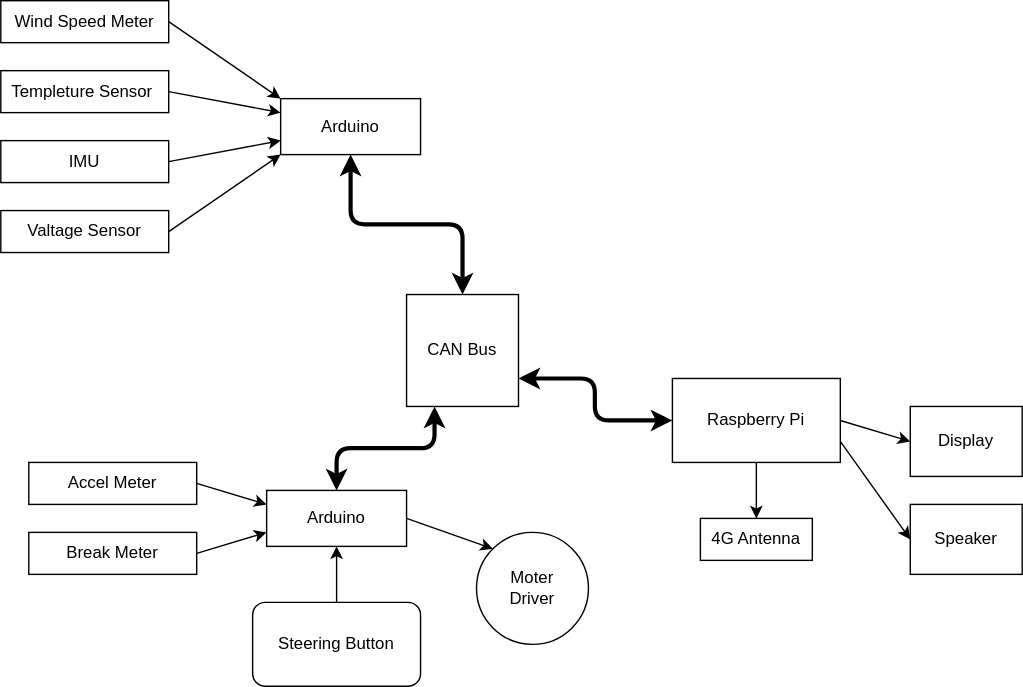
This is docs/SystemConf.drawio.svg from TeamKuOn/Concordia, a draw.io export, as it was before one commit. Source tidied: cells renumbered, new cells last; positions are measured from the earlier drawing's top-left corner, leaving out a move shared by most shapes. The source it was exported from:
```xml
<mxGraphModel>
  <root>
    <mxCell id="0" />
    <mxCell id="1" parent="0" />
    <mxCell id="2" value="CAN Bus" style="whiteSpace=wrap;html=1;fontColor=#000000;fillColor=#FFFFFF;" parent="1" vertex="1">
      <mxGeometry x="290" y="210" width="80" height="80" as="geometry" />
    </mxCell>
    <mxCell id="3" style="edgeStyle=none;html=1;exitX=0.5;exitY=1;exitDx=0;exitDy=0;entryX=0.5;entryY=0;entryDx=0;entryDy=0;startArrow=none;startFill=0;strokeWidth=1;strokeColor=#000000;" parent="1" edge="1" source="6" target="9">
      <mxGeometry relative="1" as="geometry" />
    </mxCell>
    <mxCell id="4" style="edgeStyle=none;html=1;exitX=1;exitY=0.5;exitDx=0;exitDy=0;entryX=0;entryY=0.5;entryDx=0;entryDy=0;startArrow=none;startFill=0;strokeWidth=1;strokeColor=#000000;" parent="1" edge="1" source="6" target="7">
      <mxGeometry relative="1" as="geometry" />
    </mxCell>
    <mxCell id="5" style="edgeStyle=none;html=1;exitX=1;exitY=0.75;exitDx=0;exitDy=0;entryX=0;entryY=0.5;entryDx=0;entryDy=0;startArrow=none;startFill=0;strokeWidth=1;strokeColor=#000000;" parent="1" edge="1" source="6" target="8">
      <mxGeometry relative="1" as="geometry" />
    </mxCell>
    <mxCell id="6" value="Raspberry Pi" style="rounded=0;whiteSpace=wrap;html=1;fontColor=#000000;fillColor=#FFFFFF;" parent="1" vertex="1">
      <mxGeometry x="480" y="270" width="120" height="60" as="geometry" />
    </mxCell>
    <mxCell id="7" value="Display" style="rounded=0;whiteSpace=wrap;html=1;fontColor=#000000;fillColor=#FFFFFF;" parent="1" vertex="1">
      <mxGeometry x="650" y="290" width="80" height="50" as="geometry" />
    </mxCell>
    <mxCell id="8" value="Speaker" style="rounded=0;whiteSpace=wrap;html=1;fontColor=#000000;fillColor=#FFFFFF;" parent="1" vertex="1">
      <mxGeometry x="650" y="360" width="80" height="50" as="geometry" />
    </mxCell>
    <mxCell id="9" value="4G Antenna" style="rounded=0;whiteSpace=wrap;html=1;fontColor=#000000;fillColor=#FFFFFF;" parent="1" vertex="1">
      <mxGeometry x="500" y="370" width="80" height="30" as="geometry" />
    </mxCell>
    <mxCell id="10" style="edgeStyle=elbowEdgeStyle;elbow=horizontal;endArrow=classic;html=1;startArrow=classic;startFill=1;exitX=1;exitY=0.75;exitDx=0;exitDy=0;entryX=0;entryY=0.5;entryDx=0;entryDy=0;strokeWidth=3;strokeColor=#000000;" parent="1" edge="1" source="2" target="6">
      <mxGeometry relative="1" as="geometry" />
    </mxCell>
    <mxCell id="11" style="edgeStyle=none;html=1;exitX=1;exitY=0.5;exitDx=0;exitDy=0;entryX=0;entryY=0;entryDx=0;entryDy=0;startArrow=none;startFill=0;strokeWidth=1;strokeColor=#000000;" parent="1" edge="1" source="12" target="19">
      <mxGeometry relative="1" as="geometry" />
    </mxCell>
    <mxCell id="12" value="Wind Speed Meter" style="rounded=0;whiteSpace=wrap;html=1;gradientColor=none;fillColor=#FFFFFF;fontColor=#000000;" parent="1" vertex="1">
      <mxGeometry width="120" height="30" as="geometry" />
    </mxCell>
    <mxCell id="13" style="edgeStyle=none;html=1;exitX=1;exitY=0.5;exitDx=0;exitDy=0;entryX=0;entryY=0.25;entryDx=0;entryDy=0;startArrow=none;startFill=0;strokeWidth=1;strokeColor=#000000;" parent="1" edge="1" source="14" target="19">
      <mxGeometry relative="1" as="geometry" />
    </mxCell>
    <mxCell id="14" value="Templeture Sensor&lt;span style=&quot;font-family: monospace; font-size: 0px;&quot;&gt;%3CmxGraphModel%3E%3Croot%3E%3CmxCell%20id%3D%220%22%2F%3E%3CmxCell%20id%3D%221%22%20parent%3D%220%22%2F%3E%3CmxCell%20id%3D%222%22%20value%3D%22Wind%20Speed%20Meter%22%20style%3D%22rounded%3D0%3BwhiteSpace%3Dwrap%3Bhtml%3D1%3B%22%20vertex%3D%221%22%20parent%3D%221%22%3E%3CmxGeometry%20x%3D%2210%22%20y%3D%2270%22%20width%3D%22120%22%20height%3D%2230%22%20as%3D%22geometry%22%2F%3E%3C%2FmxCell%3E%3C%2Froot%3E%3C%2FmxGraphModel%3E&lt;/span&gt;&lt;span style=&quot;font-family: monospace; font-size: 0px;&quot;&gt;%3CmxGraphModel%3E%3Croot%3E%3CmxCell%20id%3D%220%22%2F%3E%3CmxCell%20id%3D%221%22%20parent%3D%220%22%2F%3E%3CmxCell%20id%3D%222%22%20value%3D%22Wind%20Speed%20Meter%22%20style%3D%22rounded%3D0%3BwhiteSpace%3Dwrap%3Bhtml%3D1%3B%22%20vertex%3D%221%22%20parent%3D%221%22%3E%3CmxGeometry%20x%3D%2210%22%20y%3D%2270%22%20width%3D%22120%22%20height%3D%2230%22%20as%3D%22geometry%22%2F%3E%3C%2FmxCell%3E%3C%2Froot%3E%3C%2FmxGraphModel%3E&lt;/span&gt;" style="rounded=0;whiteSpace=wrap;html=1;gradientColor=none;fillColor=#FFFFFF;fontColor=#000000;" parent="1" vertex="1">
      <mxGeometry y="50" width="120" height="30" as="geometry" />
    </mxCell>
    <mxCell id="15" style="edgeStyle=none;html=1;exitX=1;exitY=0.5;exitDx=0;exitDy=0;entryX=0;entryY=0.75;entryDx=0;entryDy=0;startArrow=none;startFill=0;strokeWidth=1;strokeColor=#000000;" parent="1" edge="1" source="16" target="19">
      <mxGeometry relative="1" as="geometry" />
    </mxCell>
    <mxCell id="16" value="IMU" style="rounded=0;whiteSpace=wrap;html=1;gradientColor=none;fillColor=#FFFFFF;fontColor=#000000;" parent="1" vertex="1">
      <mxGeometry y="100" width="120" height="30" as="geometry" />
    </mxCell>
    <mxCell id="17" style="edgeStyle=none;html=1;exitX=1;exitY=0.5;exitDx=0;exitDy=0;startArrow=none;startFill=0;strokeWidth=1;strokeColor=#000000;" parent="1" edge="1" source="18">
      <mxGeometry relative="1" as="geometry">
        <mxPoint x="200" y="110" as="targetPoint" />
      </mxGeometry>
    </mxCell>
    <mxCell id="18" value="Valtage Sensor" style="rounded=0;whiteSpace=wrap;html=1;gradientColor=none;fillColor=#FFFFFF;fontColor=#000000;" parent="1" vertex="1">
      <mxGeometry y="150" width="120" height="30" as="geometry" />
    </mxCell>
    <mxCell id="19" value="Arduino" style="rounded=0;whiteSpace=wrap;html=1;fontColor=#000000;fillColor=#FFFFFF;" parent="1" vertex="1">
      <mxGeometry x="200" y="70" width="100" height="40" as="geometry" />
    </mxCell>
    <mxCell id="20" style="edgeStyle=elbowEdgeStyle;elbow=vertical;endArrow=classic;html=1;strokeWidth=3;entryX=0.5;entryY=1;entryDx=0;entryDy=0;exitX=0.5;exitY=0;exitDx=0;exitDy=0;startArrow=classic;startFill=1;strokeColor=#000000;" parent="1" edge="1" source="2" target="19">
      <mxGeometry relative="1" as="geometry" />
    </mxCell>
    <mxCell id="21" style="edgeStyle=none;html=1;exitX=1;exitY=0.5;exitDx=0;exitDy=0;entryX=0;entryY=0.25;entryDx=0;entryDy=0;startArrow=none;startFill=0;strokeWidth=1;strokeColor=#000000;" parent="1" edge="1" source="22" target="26">
      <mxGeometry relative="1" as="geometry" />
    </mxCell>
    <mxCell id="22" value="Accel Meter" style="rounded=0;whiteSpace=wrap;html=1;gradientColor=none;fontColor=#000000;fillColor=#FFFFFF;" parent="1" vertex="1">
      <mxGeometry x="20" y="330" width="120" height="30" as="geometry" />
    </mxCell>
    <mxCell id="23" style="edgeStyle=none;html=1;exitX=1;exitY=0.5;exitDx=0;exitDy=0;entryX=0;entryY=0.75;entryDx=0;entryDy=0;startArrow=none;startFill=0;strokeWidth=1;strokeColor=#000000;" parent="1" edge="1" source="24" target="26">
      <mxGeometry relative="1" as="geometry" />
    </mxCell>
    <mxCell id="24" value="Break Meter" style="rounded=0;whiteSpace=wrap;html=1;gradientColor=none;fontColor=#000000;fillColor=#FFFFFF;" parent="1" vertex="1">
      <mxGeometry x="20" y="380" width="120" height="30" as="geometry" />
    </mxCell>
    <mxCell id="25" style="edgeStyle=none;html=1;exitX=1;exitY=0.5;exitDx=0;exitDy=0;entryX=0;entryY=0;entryDx=0;entryDy=0;fontColor=#000000;startArrow=none;startFill=0;strokeColor=#000000;strokeWidth=1;" parent="1" edge="1" source="26" target="30">
      <mxGeometry relative="1" as="geometry" />
    </mxCell>
    <mxCell id="26" value="Arduino" style="rounded=0;whiteSpace=wrap;html=1;fontColor=#000000;fillColor=#FFFFFF;" parent="1" vertex="1">
      <mxGeometry x="190" y="350" width="100" height="40" as="geometry" />
    </mxCell>
    <mxCell id="27" style="edgeStyle=elbowEdgeStyle;elbow=vertical;endArrow=classic;html=1;strokeWidth=3;entryX=0.25;entryY=1;entryDx=0;entryDy=0;exitX=0.5;exitY=0;exitDx=0;exitDy=0;startArrow=classic;startFill=1;strokeColor=#000000;" parent="1" edge="1" source="26" target="2">
      <mxGeometry relative="1" as="geometry" />
    </mxCell>
    <mxCell id="28" style="edgeStyle=none;html=1;exitX=0.5;exitY=0;exitDx=0;exitDy=0;entryX=0.5;entryY=1;entryDx=0;entryDy=0;fontColor=#000000;startArrow=none;startFill=0;strokeColor=#000000;strokeWidth=1;" parent="1" edge="1" source="29" target="26">
      <mxGeometry relative="1" as="geometry" />
    </mxCell>
    <mxCell id="29" value="Steering Button" style="rounded=1;whiteSpace=wrap;html=1;fontColor=#000000;fillColor=#FFFFFF;gradientColor=none;" parent="1" vertex="1">
      <mxGeometry x="180" y="430" width="120" height="60" as="geometry" />
    </mxCell>
    <mxCell id="30" value="Moter&lt;br&gt;Driver" style="ellipse;whiteSpace=wrap;html=1;fontColor=#000000;fillColor=#FFFFFF;gradientColor=none;" parent="1" vertex="1">
      <mxGeometry x="340" y="380" width="80" height="80" as="geometry" />
    </mxCell>
  </root>
</mxGraphModel>
```
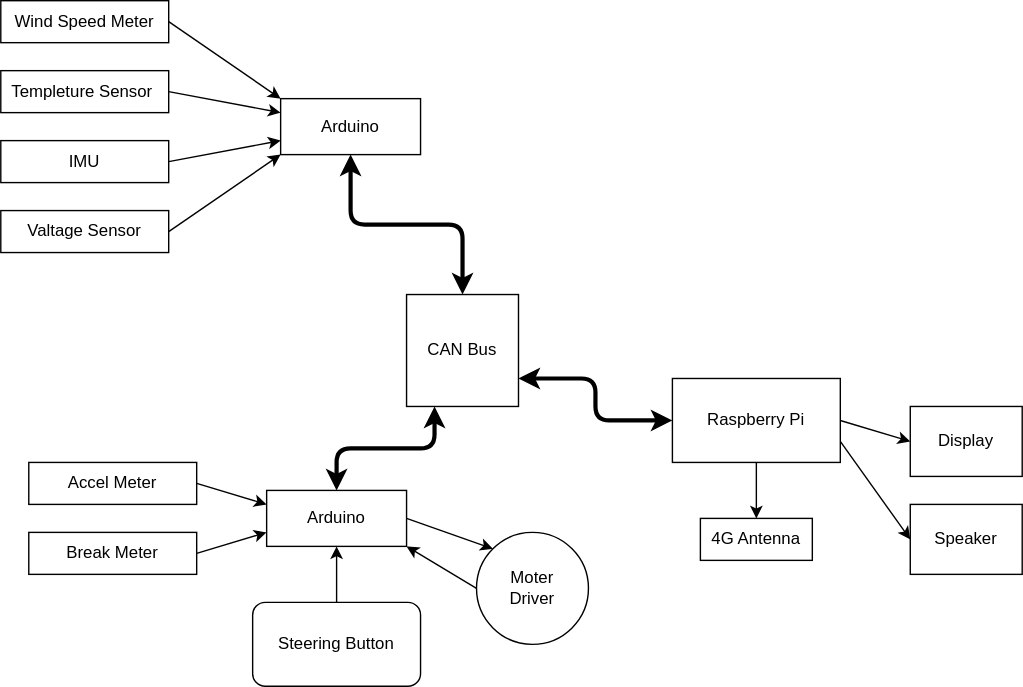
Later version of the same file.

Change to the diagram source:
```diff
@@ -88,6 +88,9 @@
     <mxCell id="29" value="Steering Button" style="rounded=1;whiteSpace=wrap;html=1;fontColor=#000000;fillColor=#FFFFFF;gradientColor=none;" parent="1" vertex="1">
       <mxGeometry x="180" y="430" width="120" height="60" as="geometry" />
     </mxCell>
+    <mxCell id="31" style="edgeStyle=none;html=1;exitX=0;exitY=0.5;exitDx=0;exitDy=0;entryX=1;entryY=1;entryDx=0;entryDy=0;" parent="1" edge="1" source="30" target="26">
+      <mxGeometry relative="1" as="geometry" />
+    </mxCell>
     <mxCell id="30" value="Moter&lt;br&gt;Driver" style="ellipse;whiteSpace=wrap;html=1;fontColor=#000000;fillColor=#FFFFFF;gradientColor=none;" parent="1" vertex="1">
       <mxGeometry x="340" y="380" width="80" height="80" as="geometry" />
     </mxCell>
```
